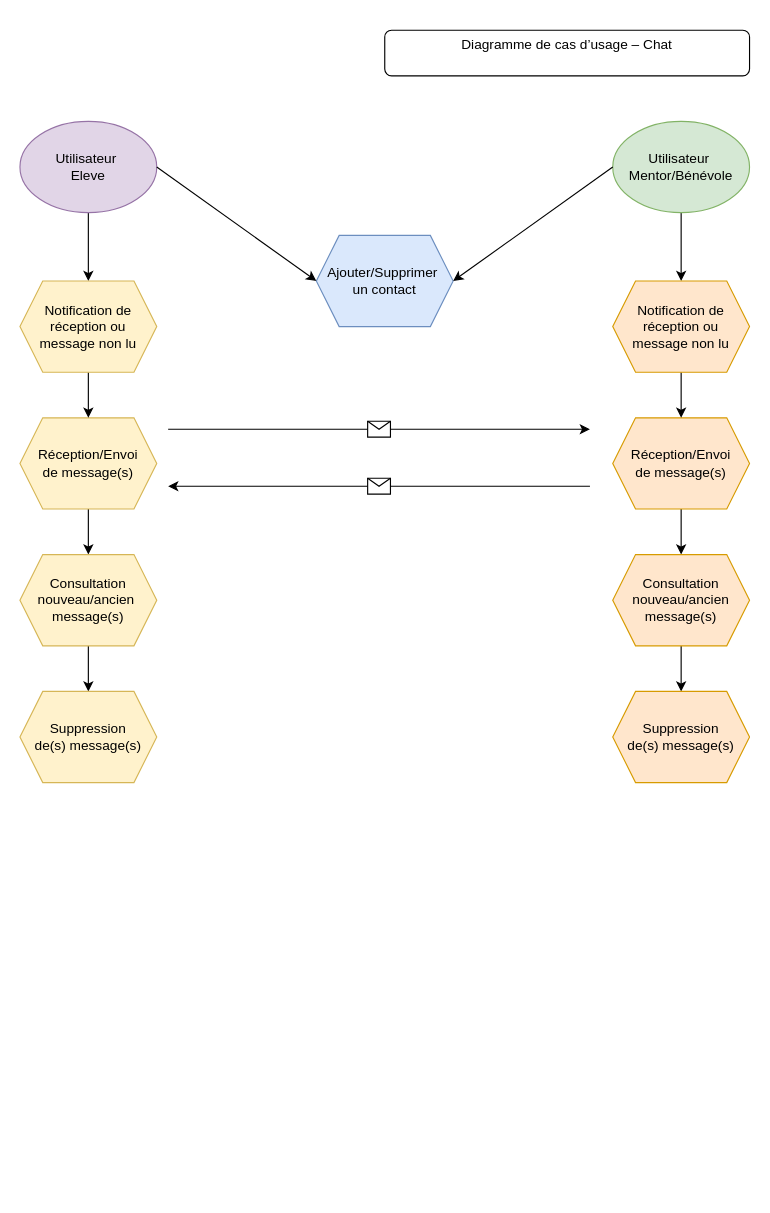
Before: Diagramme de cas d’usage – Chat.drawio in frederic5962/Learn-Home_p10, a draw.io diagram. Source tidied: cells renumbered, new cells numbered last; positions are measured from the earlier drawing's top-left corner, leaving out a move shared by most shapes. Both pictures are drawn from the tidied source at 114%, with x=0, y=0 at pixel (19, 30).
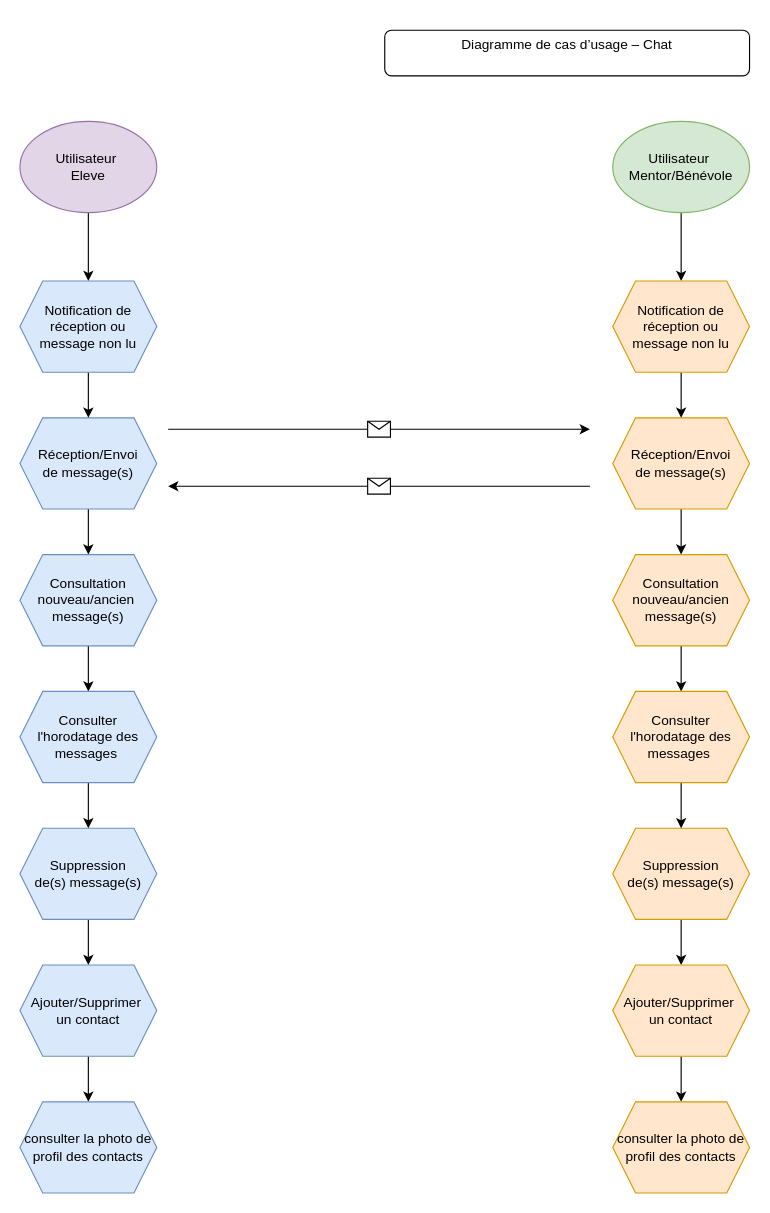
Above is the later version.

Commit message:
Mettre à jour Diagramme de cas d’usage – Chat.drawio

Unchanged cells that the change refers to:
```xml
<mxCell id="4" value="Utilisateur&amp;nbsp;&lt;div&gt;Eleve&lt;/div&gt;" style="ellipse;whiteSpace=wrap;html=1;fillColor=#e1d5e7;strokeColor=#9673a6;" parent="1" vertex="1">
  <mxGeometry y="80" width="120" height="80" as="geometry" />
</mxCell>
<mxCell id="6" value="Utilisateur&amp;nbsp;&lt;div&gt;Mentor/Bénévole&lt;/div&gt;" style="ellipse;whiteSpace=wrap;html=1;fillColor=#d5e8d4;strokeColor=#82b366;" parent="1" vertex="1">
  <mxGeometry x="520" y="80" width="120" height="80" as="geometry" />
</mxCell>
<mxCell id="14" value="Consultation&lt;div&gt;nouveau/ancien&lt;/div&gt;&lt;div&gt;message(s)&lt;/div&gt;" style="shape=hexagon;perimeter=hexagonPerimeter2;whiteSpace=wrap;html=1;fixedSize=1;fillColor=#ffe6cc;strokeColor=#d79b00;" parent="1" vertex="1">
  <mxGeometry x="520" y="460" width="120" height="80" as="geometry" />
</mxCell>
```

Change to the diagram source:
```diff
@@
-    <mxCell id="8" value="Réception/Envoi&lt;div&gt;de message(s)&lt;/div&gt;" style="shape=hexagon;perimeter=hexagonPerimeter2;whiteSpace=wrap;html=1;fixedSize=1;fillColor=#fff2cc;strokeColor=#d6b656;" parent="1" vertex="1">
+    <mxCell id="8" value="Réception/Envoi&lt;div&gt;de message(s)&lt;/div&gt;" style="shape=hexagon;perimeter=hexagonPerimeter2;whiteSpace=wrap;html=1;fixedSize=1;fillColor=#dae8fc;strokeColor=#6c8ebf;" parent="1" vertex="1">
       <mxGeometry y="340" width="120" height="80" as="geometry" />
     </mxCell>
-    <mxCell id="9" style="edgeStyle=orthogonalEdgeStyle;rounded=0;jettySize=auto;html=1;" parent="1" edge="1" source="10" target="15">
-      <mxGeometry relative="1" as="geometry" />
-    </mxCell>
+    <mxCell id="28" style="edgeStyle=orthogonalEdgeStyle;rounded=0;jettySize=auto;html=1;" parent="1" edge="1" source="10" target="38">
+      <mxGeometry relative="1" as="geometry" />
+    </mxCell>
-    <mxCell id="10" value="Consultation&lt;div&gt;nouveau/ancien&amp;nbsp;&lt;/div&gt;&lt;div&gt;message(s)&lt;/div&gt;" style="shape=hexagon;perimeter=hexagonPerimeter2;whiteSpace=wrap;html=1;fixedSize=1;fillColor=#fff2cc;strokeColor=#d6b656;" parent="1" vertex="1">
+    <mxCell id="10" value="Consultation&lt;div&gt;nouveau/ancien&amp;nbsp;&lt;/div&gt;&lt;div&gt;message(s)&lt;/div&gt;" style="shape=hexagon;perimeter=hexagonPerimeter2;whiteSpace=wrap;html=1;fixedSize=1;fillColor=#dae8fc;strokeColor=#6c8ebf;" parent="1" vertex="1">
       <mxGeometry y="460" width="120" height="80" as="geometry" />
     </mxCell>
@@
-    <mxCell id="13" style="edgeStyle=orthogonalEdgeStyle;rounded=0;jettySize=auto;html=1;" parent="1" edge="1" source="14" target="16">
-      <mxGeometry relative="1" as="geometry" />
-    </mxCell>
+    <mxCell id="29" style="edgeStyle=orthogonalEdgeStyle;rounded=0;jettySize=auto;html=1;" parent="1" edge="1" source="14" target="40">
+      <mxGeometry relative="1" as="geometry" />
+    </mxCell>
@@
+    <mxCell id="30" style="edgeStyle=orthogonalEdgeStyle;rounded=0;jettySize=auto;html=1;" parent="1" edge="1" source="15" target="25">
+      <mxGeometry relative="1" as="geometry" />
+    </mxCell>
-    <mxCell id="15" value="Suppression&lt;div&gt;de(s) message(s)&lt;/div&gt;" style="shape=hexagon;perimeter=hexagonPerimeter2;whiteSpace=wrap;html=1;fixedSize=1;fillColor=#fff2cc;strokeColor=#d6b656;" parent="1" vertex="1">
-      <mxGeometry y="580" width="120" height="80" as="geometry" />
+    <mxCell id="15" value="Suppression&lt;div&gt;de(s) message(s)&lt;/div&gt;" style="shape=hexagon;perimeter=hexagonPerimeter2;whiteSpace=wrap;html=1;fixedSize=1;fillColor=#dae8fc;strokeColor=#6c8ebf;" parent="1" vertex="1">
+      <mxGeometry y="700" width="120" height="80" as="geometry" />
     </mxCell>
+    <mxCell id="31" style="edgeStyle=orthogonalEdgeStyle;rounded=0;jettySize=auto;html=1;" parent="1" edge="1" source="16" target="33">
+      <mxGeometry relative="1" as="geometry" />
+    </mxCell>
     <mxCell id="16" value="Suppression&lt;div&gt;de(s) message(s)&lt;/div&gt;" style="shape=hexagon;perimeter=hexagonPerimeter2;whiteSpace=wrap;html=1;fixedSize=1;fillColor=#ffe6cc;strokeColor=#d79b00;" parent="1" vertex="1">
-      <mxGeometry x="520" y="580" width="120" height="80" as="geometry" />
+      <mxGeometry x="520" y="700" width="120" height="80" as="geometry" />
     </mxCell>
@@
-    <mxCell id="18" value="Notification de réception ou&lt;div&gt;message non lu&lt;/div&gt;" style="shape=hexagon;perimeter=hexagonPerimeter2;whiteSpace=wrap;html=1;fixedSize=1;fillColor=#fff2cc;strokeColor=#d6b656;" parent="1" vertex="1">
+    <mxCell id="18" value="Notification de réception ou&lt;div&gt;message non lu&lt;/div&gt;" style="shape=hexagon;perimeter=hexagonPerimeter2;whiteSpace=wrap;html=1;fixedSize=1;fillColor=#dae8fc;strokeColor=#6c8ebf;" parent="1" vertex="1">
       <mxGeometry y="220" width="120" height="80" as="geometry" />
     </mxCell>
@@
+    <mxCell id="32" style="edgeStyle=orthogonalEdgeStyle;rounded=0;jettySize=auto;html=1;" parent="1" edge="1" source="33" target="36">
+      <mxGeometry relative="1" as="geometry" />
+    </mxCell>
+    <mxCell id="33" value="Ajouter/Supprimer&amp;nbsp;&lt;div&gt;un contact&lt;/div&gt;" style="shape=hexagon;perimeter=hexagonPerimeter2;whiteSpace=wrap;html=1;fixedSize=1;fillColor=#ffe6cc;strokeColor=#d79b00;" parent="1" vertex="1">
+      <mxGeometry x="520" y="820" width="120" height="80" as="geometry" />
+    </mxCell>
+    <mxCell id="34" style="edgeStyle=orthogonalEdgeStyle;rounded=0;jettySize=auto;html=1;" parent="1" edge="1" source="25" target="35">
+      <mxGeometry relative="1" as="geometry" />
+    </mxCell>
     <mxCell id="25" value="Ajouter/Supprimer&amp;nbsp;&lt;div&gt;un contact&lt;/div&gt;" style="shape=hexagon;perimeter=hexagonPerimeter2;whiteSpace=wrap;html=1;fixedSize=1;fillColor=#dae8fc;strokeColor=#6c8ebf;" parent="1" vertex="1">
-      <mxGeometry x="260" y="180" width="120" height="80" as="geometry" />
+      <mxGeometry y="820" width="120" height="80" as="geometry" />
     </mxCell>
-    <mxCell id="26" style="endArrow=classic;html=1;rounded=0;exitX=0;exitY=0.5;exitDx=0;exitDy=0;" parent="1" edge="1" source="6">
-      <mxGeometry relative="1" as="geometry">
-        <mxPoint x="380" y="220" as="targetPoint" />
-      </mxGeometry>
-    </mxCell>
-    <mxCell id="27" style="endArrow=classic;html=1;rounded=0;exitX=1;exitY=0.5;exitDx=0;exitDy=0;entryX=0;entryY=0.5;entryDx=0;entryDy=0;" parent="1" edge="1" source="4" target="25">
-      <mxGeometry relative="1" as="geometry" />
-    </mxCell>
+    <mxCell id="35" value="consulter la photo de profil des contacts" style="shape=hexagon;perimeter=hexagonPerimeter2;whiteSpace=wrap;html=1;fixedSize=1;fillColor=#dae8fc;strokeColor=#6c8ebf;" parent="1" vertex="1">
+      <mxGeometry y="940" width="120" height="80" as="geometry" />
+    </mxCell>
+    <mxCell id="36" value="consulter la photo de profil des contacts" style="shape=hexagon;perimeter=hexagonPerimeter2;whiteSpace=wrap;html=1;fixedSize=1;fillColor=#ffe6cc;strokeColor=#d79b00;" parent="1" vertex="1">
+      <mxGeometry x="520" y="940" width="120" height="80" as="geometry" />
+    </mxCell>
+    <mxCell id="37" style="edgeStyle=orthogonalEdgeStyle;rounded=0;jettySize=auto;html=1;" parent="1" edge="1" source="38" target="15">
+      <mxGeometry relative="1" as="geometry" />
+    </mxCell>
+    <mxCell id="38" value="Consulter l'horodatage des messages&amp;nbsp;" style="shape=hexagon;perimeter=hexagonPerimeter2;whiteSpace=wrap;html=1;fixedSize=1;fillColor=#dae8fc;strokeColor=#6c8ebf;" parent="1" vertex="1">
+      <mxGeometry y="580" width="120" height="80" as="geometry" />
+    </mxCell>
+    <mxCell id="39" style="edgeStyle=orthogonalEdgeStyle;rounded=0;jettySize=auto;html=1;" parent="1" edge="1" source="40" target="16">
+      <mxGeometry relative="1" as="geometry" />
+    </mxCell>
+    <mxCell id="40" value="Consulter l'horodatage des messages&amp;nbsp;" style="shape=hexagon;perimeter=hexagonPerimeter2;whiteSpace=wrap;html=1;fixedSize=1;fillColor=#ffe6cc;strokeColor=#d79b00;" parent="1" vertex="1">
+      <mxGeometry x="520" y="580" width="120" height="80" as="geometry" />
+    </mxCell>
```
